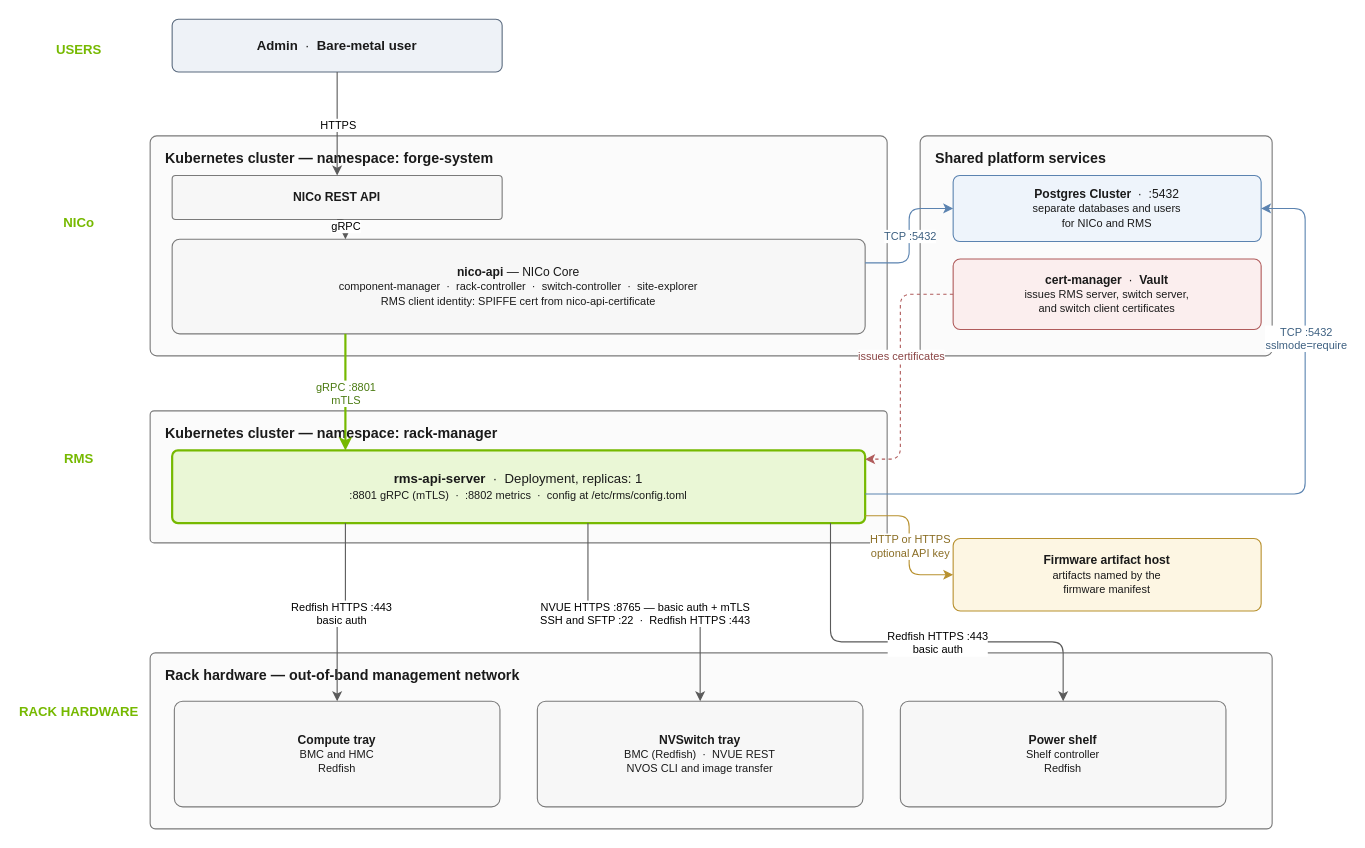
dsx-ai-factory/infra-controller keeps this draw.io diagram as docs/static/nico-rms-architecture.drawio. Above is the earlier version. Source tidied: cells renumbered, new cells numbered last; positions are measured from the earlier drawing's top-left corner, leaving out a move shared by most shapes. Both pictures are drawn from the tidied source at 110%, with x=0, y=0 at pixel (20, 19).
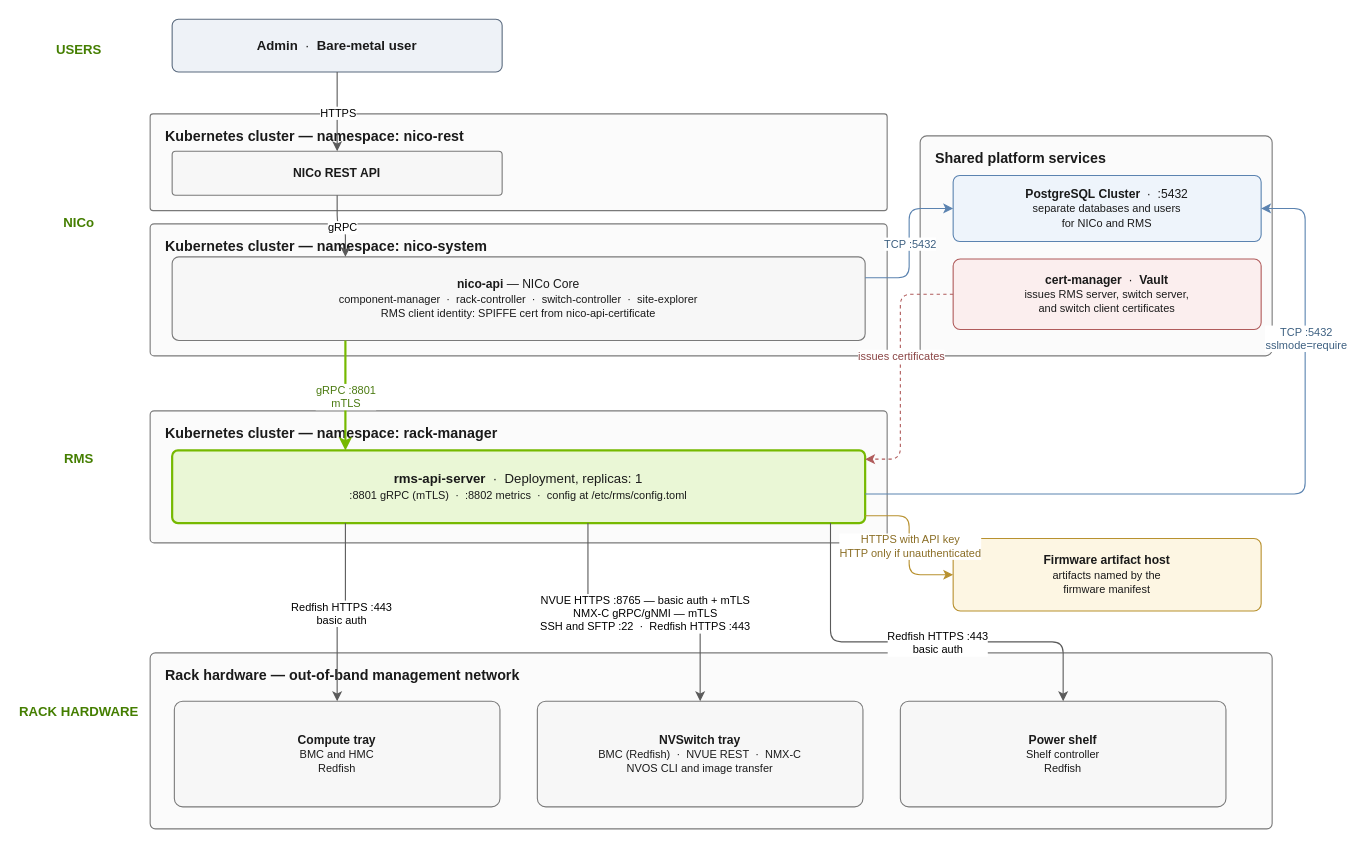
After the change.

Unchanged cells that the change refers to:
```xml
<mxCell id="32" style="edgeStyle=orthogonalEdgeStyle;rounded=1;jettySize=auto;html=1;exitX=1;exitY=0.9;exitDx=0;exitDy=0;entryX=0;entryY=0.5;entryDx=0;entryDy=0;strokeColor=#b8912f;curved=0;" parent="1" edge="1" source="14" target="15">
  <mxGeometry relative="1" as="geometry" />
</mxCell>
<mxCell id="36" style="edgeStyle=orthogonalEdgeStyle;rounded=1;jettySize=auto;html=1;exitX=0.6;exitY=1;exitDx=0;exitDy=0;entryX=0.5;entryY=0;entryDx=0;entryDy=0;strokeColor=#5A5A5A;curved=0;" parent="1" edge="1" source="14" target="18">
  <mxGeometry relative="1" as="geometry" />
</mxCell>
```

What changed in the source:
```diff
@@
-    <mxCell id="2" value="USERS" style="text;html=1;align=center;fontColor=#76B900;fontStyle=1;fontSize=12;letterSpacing=1;" parent="1" vertex="1">
+    <mxCell id="2" value="USERS" style="text;html=1;align=center;fontColor=#447E00;fontStyle=1;fontSize=12;letterSpacing=1;" parent="1" vertex="1">
       <mxGeometry x="8" y="14" width="90" height="20" as="geometry" />
     </mxCell>
-    <mxCell id="3" value="NICo" style="text;html=1;align=center;fontColor=#76B900;fontStyle=1;fontSize=12;letterSpacing=1;" parent="1" vertex="1">
+    <mxCell id="3" value="NICo" style="text;html=1;align=center;fontColor=#447E00;fontStyle=1;fontSize=12;letterSpacing=1;" parent="1" vertex="1">
       <mxGeometry x="8" y="171" width="90" height="20" as="geometry" />
     </mxCell>
-    <mxCell id="4" value="RMS" style="text;html=1;align=center;fontColor=#76B900;fontStyle=1;fontSize=12;letterSpacing=1;" parent="1" vertex="1">
+    <mxCell id="4" value="RMS" style="text;html=1;align=center;fontColor=#447E00;fontStyle=1;fontSize=12;letterSpacing=1;" parent="1" vertex="1">
       <mxGeometry x="8" y="386" width="90" height="20" as="geometry" />
     </mxCell>
-    <mxCell id="5" value="RACK HARDWARE" style="text;html=1;align=center;fontColor=#76B900;fontStyle=1;fontSize=12;letterSpacing=1;" parent="1" vertex="1">
+    <mxCell id="5" value="RACK HARDWARE" style="text;html=1;align=center;fontColor=#447E00;fontStyle=1;fontSize=12;letterSpacing=1;" parent="1" vertex="1">
       <mxGeometry y="616" width="106" height="20" as="geometry" />
     </mxCell>
@@
+    <mxCell id="40" value="&lt;b&gt;Kubernetes cluster — namespace: nico-rest&lt;/b&gt;" style="rounded=1;whiteSpace=wrap;html=1;fillColor=#fbfbfb;strokeColor=#7a7a7a;fontColor=#1a1a1a;arcSize=3;verticalAlign=top;align=left;spacingLeft=12;spacingTop=6;fontSize=13;" parent="1" vertex="1">
+      <mxGeometry x="118" y="86" width="670" height="88" as="geometry" />
+    </mxCell>
-    <mxCell id="7" value="&lt;b&gt;Kubernetes cluster — namespace: forge-system&lt;/b&gt;" style="rounded=1;whiteSpace=wrap;html=1;fillColor=#fbfbfb;strokeColor=#7a7a7a;fontColor=#1a1a1a;arcSize=3;verticalAlign=top;align=left;spacingLeft=12;spacingTop=6;fontSize=13;" parent="1" vertex="1">
-      <mxGeometry x="118" y="106" width="670" height="200" as="geometry" />
+    <mxCell id="7" value="&lt;b&gt;Kubernetes cluster — namespace: nico-system&lt;/b&gt;" style="rounded=1;whiteSpace=wrap;html=1;fillColor=#fbfbfb;strokeColor=#7a7a7a;fontColor=#1a1a1a;arcSize=3;verticalAlign=top;align=left;spacingLeft=12;spacingTop=6;fontSize=13;" parent="1" vertex="1">
+      <mxGeometry x="118" y="186" width="670" height="120" as="geometry" />
     </mxCell>
     <mxCell id="8" value="&lt;b&gt;NICo REST API&lt;/b&gt;" style="rounded=1;whiteSpace=wrap;html=1;fillColor=#f7f7f7;strokeColor=#7a7a7a;fontColor=#1a1a1a;arcSize=8;fontSize=11;" parent="1" vertex="1">
-      <mxGeometry x="138" y="142" width="300" height="40" as="geometry" />
+      <mxGeometry x="138" y="120" width="300" height="40" as="geometry" />
     </mxCell>
     <mxCell id="9" value="&lt;b&gt;nico-api&lt;/b&gt; — NICo Core&lt;br&gt;&lt;font style=&quot;font-size: 10px;&quot;&gt;component-manager&amp;nbsp; ·&amp;nbsp; rack-controller&amp;nbsp; ·&amp;nbsp; switch-controller&amp;nbsp; ·&amp;nbsp; site-explorer&lt;/font&gt;&lt;br&gt;&lt;font style=&quot;font-size: 10px;&quot;&gt;RMS client identity: SPIFFE cert from nico-api-certificate&lt;/font&gt;" style="rounded=1;whiteSpace=wrap;html=1;fillColor=#f7f7f7;strokeColor=#7a7a7a;fontColor=#1a1a1a;arcSize=8;fontSize=11;" parent="1" vertex="1">
-      <mxGeometry x="138" y="200" width="630" height="86" as="geometry" />
+      <mxGeometry x="138" y="216" width="630" height="76" as="geometry" />
     </mxCell>
@@
-    <mxCell id="11" value="&lt;b&gt;Postgres Cluster&lt;/b&gt;&amp;nbsp; ·&amp;nbsp; :5432&lt;br&gt;&lt;font style=&quot;font-size: 10px;&quot;&gt;separate databases and users&lt;br&gt;for NICo and RMS&lt;/font&gt;" style="rounded=1;whiteSpace=wrap;html=1;fillColor=#eef4fb;strokeColor=#5b83b0;fontColor=#1a1a1a;arcSize=10;fontSize=11;" parent="1" vertex="1">
+    <mxCell id="11" value="&lt;b&gt;PostgreSQL Cluster&lt;/b&gt;&amp;nbsp; ·&amp;nbsp; :5432&lt;br&gt;&lt;font style=&quot;font-size: 10px;&quot;&gt;separate databases and users&lt;br&gt;for NICo and RMS&lt;/font&gt;" style="rounded=1;whiteSpace=wrap;html=1;fillColor=#eef4fb;strokeColor=#5b83b0;fontColor=#1a1a1a;arcSize=10;fontSize=11;" parent="1" vertex="1">
       <mxGeometry x="848" y="142" width="280" height="60" as="geometry" />
     </mxCell>
@@
-    <mxCell id="18" value="&lt;b&gt;NVSwitch tray&lt;/b&gt;&lt;br&gt;&lt;font style=&quot;font-size: 10px;&quot;&gt;BMC (Redfish)&amp;nbsp; ·&amp;nbsp; NVUE REST&lt;br&gt;NVOS CLI and image transfer&lt;/font&gt;" style="rounded=1;whiteSpace=wrap;html=1;fillColor=#f7f7f7;strokeColor=#7a7a7a;fontColor=#1a1a1a;arcSize=8;fontSize=11;" parent="1" vertex="1">
+    <mxCell id="18" value="&lt;b&gt;NVSwitch tray&lt;/b&gt;&lt;br&gt;&lt;font style=&quot;font-size: 10px;&quot;&gt;BMC (Redfish)&amp;nbsp; ·&amp;nbsp; NVUE REST&amp;nbsp; ·&amp;nbsp; NMX-C&lt;br&gt;NVOS CLI and image transfer&lt;/font&gt;" style="rounded=1;whiteSpace=wrap;html=1;fillColor=#f7f7f7;strokeColor=#7a7a7a;fontColor=#1a1a1a;arcSize=8;fontSize=11;" parent="1" vertex="1">
       <mxGeometry x="470" y="620" width="296" height="96" as="geometry" />
     </mxCell>
@@
-    <mxCell id="33" value="HTTP or HTTPS&lt;br&gt;optional API key" style="edgeLabel;html=1;align=center;verticalAlign=middle;fontSize=10;fontColor=#8a6d24;" parent="32" vertex="1">
+    <mxCell id="33" value="HTTPS with API key&lt;br&gt;HTTP only if unauthenticated" style="edgeLabel;html=1;align=center;verticalAlign=middle;fontSize=10;fontColor=#8a6d24;" parent="32" vertex="1">
       <mxGeometry relative="1" as="geometry" />
     </mxCell>
@@
-    <mxCell id="37" value="NVUE HTTPS :8765 — basic auth + mTLS&lt;br&gt;SSH and SFTP :22&amp;nbsp; ·&amp;nbsp; Redfish HTTPS :443" style="edgeLabel;html=1;align=center;verticalAlign=middle;fontSize=10;" parent="36" vertex="1">
+    <mxCell id="37" value="NVUE HTTPS :8765 — basic auth + mTLS&lt;br&gt;NMX-C gRPC/gNMI — mTLS&lt;br&gt;SSH and SFTP :22&amp;nbsp; ·&amp;nbsp; Redfish HTTPS :443" style="edgeLabel;html=1;align=center;verticalAlign=middle;fontSize=10;" parent="36" vertex="1">
       <mxGeometry relative="1" as="geometry" />
     </mxCell>
```
